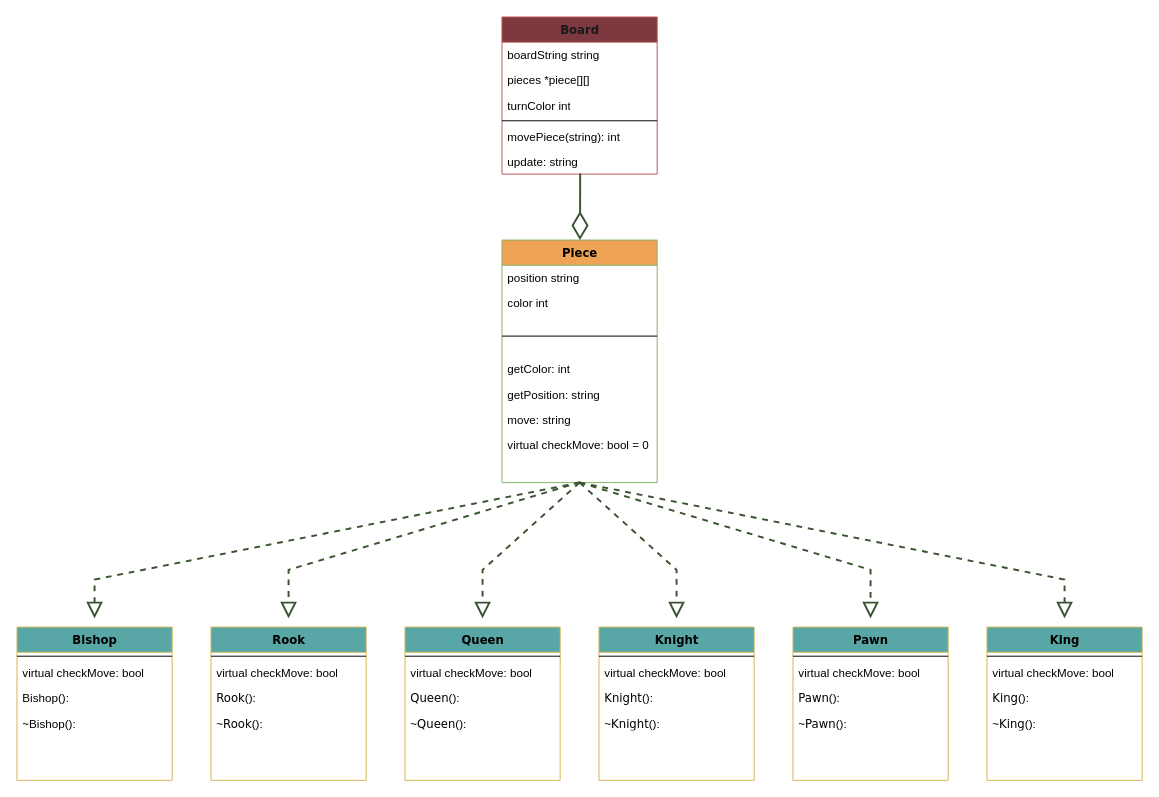
Earlier version of the draw.io diagram UML.drawio (yolo102938/Chess-Project). Source tidied: cells renumbered, new cells numbered last; positions are measured from the earlier drawing's top-left corner, leaving out a move shared by most shapes. Both pictures are drawn from the tidied source at 97%, with x=0, y=0 at pixel (16, 16).
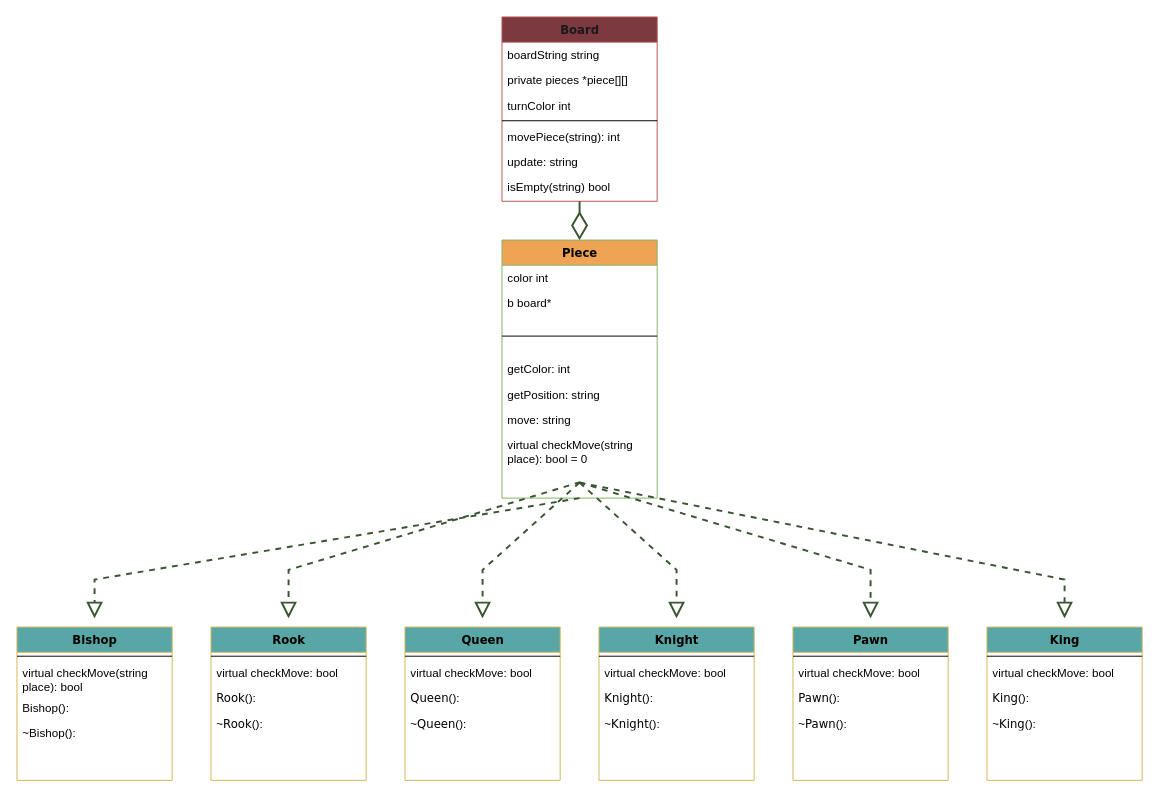
The same page after the edit.

Unchanged cells that the change refers to:
```xml
<mxCell id="8" value="update: string" style="text;html=1;strokeColor=none;fillColor=none;align=left;verticalAlign=top;spacingLeft=4;spacingRight=4;whiteSpace=wrap;overflow=hidden;points=[[0,0.5],[1,0.5]];portConstraint=eastwest;" parent="2" vertex="1">
  <mxGeometry y="136" width="160" height="26" as="geometry" />
</mxCell>
<mxCell id="17" value="Bishop" style="swimlane;html=1;fontStyle=1;align=center;verticalAlign=top;horizontal=1;startSize=26;swimlaneFillColor=#ffffff;rounded=0;shadow=0;comic=0;labelBackgroundColor=none;strokeWidth=1;fillColor=#58a6a6;fontFamily=Verdana;fontSize=12;strokeColor=#d6b656;" parent="1" vertex="1">
  <mxGeometry y="629" width="160" height="158" as="geometry" />
</mxCell>
```

Change to the diagram source:
```diff
@@
     <mxCell id="2" value="&lt;font color=&quot;#191919&quot;&gt;Board&lt;/font&gt;" style="swimlane;html=1;fontStyle=1;align=center;verticalAlign=top;horizontal=1;startSize=26;swimlaneFillColor=#ffffff;rounded=0;shadow=0;comic=0;labelBackgroundColor=none;strokeWidth=1;fillColor=#7D3940;fontFamily=Verdana;fontSize=12;strokeColor=#b85450;" parent="1" vertex="1">
-      <mxGeometry x="500" width="160" height="162" as="geometry" />
+      <mxGeometry x="500" width="160" height="190" as="geometry" />
     </mxCell>
@@
-    <mxCell id="4" value="pieces *piece[][]" style="text;html=1;strokeColor=none;fillColor=none;align=left;verticalAlign=top;spacingLeft=4;spacingRight=4;whiteSpace=wrap;overflow=hidden;" parent="2" vertex="1">
+    <mxCell id="4" value="private pieces *piece[][]" style="text;html=1;strokeColor=none;fillColor=none;align=left;verticalAlign=top;spacingLeft=4;spacingRight=4;whiteSpace=wrap;overflow=hidden;" parent="2" vertex="1">
       <mxGeometry y="52" width="160" height="26" as="geometry" />
     </mxCell>
@@
+    <mxCell id="54" value="isEmpty(string) bool&amp;nbsp;" style="text;html=1;strokeColor=none;fillColor=none;align=left;verticalAlign=top;spacingLeft=4;spacingRight=4;whiteSpace=wrap;overflow=hidden;" parent="2" vertex="1">
+      <mxGeometry y="162" width="160" height="26" as="geometry" />
+    </mxCell>
     <mxCell id="9" value="Piece" style="swimlane;html=1;fontStyle=1;align=center;verticalAlign=top;horizontal=1;startSize=26;swimlaneFillColor=#ffffff;rounded=0;shadow=0;comic=0;labelBackgroundColor=none;strokeWidth=1;fontFamily=Verdana;fontSize=12;fillColor=#efa355;strokeColor=#82b366;" parent="1" vertex="1">
-      <mxGeometry x="500" y="230" width="160" height="250" as="geometry" />
+      <mxGeometry x="500" y="230" width="160" height="266" as="geometry" />
     </mxCell>
-    <mxCell id="10" value="position string" style="text;html=1;strokeColor=none;fillColor=none;align=left;verticalAlign=top;spacingLeft=4;spacingRight=4;whiteSpace=wrap;overflow=hidden;" parent="9" vertex="1">
-      <mxGeometry y="26" width="160" height="26" as="geometry" />
-    </mxCell>
     <mxCell id="11" value="color int" style="text;html=1;strokeColor=none;fillColor=none;align=left;verticalAlign=top;spacingLeft=4;spacingRight=4;whiteSpace=wrap;overflow=hidden;" parent="9" vertex="1">
-      <mxGeometry y="52" width="160" height="26" as="geometry" />
+      <mxGeometry y="26" width="160" height="26" as="geometry" />
     </mxCell>
+    <mxCell id="55" value="b board*" style="text;html=1;strokeColor=none;fillColor=none;align=left;verticalAlign=top;spacingLeft=4;spacingRight=4;whiteSpace=wrap;overflow=hidden;" parent="9" vertex="1">
+      <mxGeometry y="52" width="160" height="26" as="geometry" />
+    </mxCell>
@@
-    <mxCell id="16" value="virtual checkMove: bool = 0" style="text;html=1;strokeColor=none;fillColor=none;align=left;verticalAlign=top;spacingLeft=4;spacingRight=4;whiteSpace=wrap;overflow=hidden;" parent="9" vertex="1">
-      <mxGeometry y="198" width="160" height="26" as="geometry" />
+    <mxCell id="16" value="virtual checkMove(string place): bool = 0" style="text;html=1;strokeColor=none;fillColor=none;align=left;verticalAlign=top;spacingLeft=4;spacingRight=4;whiteSpace=wrap;overflow=hidden;" parent="9" vertex="1">
+      <mxGeometry y="198" width="160" height="42" as="geometry" />
     </mxCell>
@@
-    <mxCell id="19" value="virtual checkMove: bool" style="text;html=1;strokeColor=none;fillColor=none;align=left;verticalAlign=top;spacingLeft=4;spacingRight=4;whiteSpace=wrap;overflow=hidden;" parent="17" vertex="1">
-      <mxGeometry y="34" width="160" height="26" as="geometry" />
+    <mxCell id="19" value="virtual checkMove(string place): bool" style="text;html=1;strokeColor=none;fillColor=none;align=left;verticalAlign=top;spacingLeft=4;spacingRight=4;whiteSpace=wrap;overflow=hidden;" parent="17" vertex="1">
+      <mxGeometry y="34" width="160" height="36" as="geometry" />
     </mxCell>
     <mxCell id="20" value="Bishop():" style="text;html=1;strokeColor=none;fillColor=none;align=left;verticalAlign=top;spacingLeft=4;spacingRight=4;whiteSpace=wrap;overflow=hidden;" parent="17" vertex="1">
-      <mxGeometry y="60" width="160" height="26" as="geometry" />
+      <mxGeometry y="70" width="160" height="26" as="geometry" />
     </mxCell>
     <mxCell id="21" value="~Bishop():" style="text;html=1;strokeColor=none;fillColor=none;align=left;verticalAlign=top;spacingLeft=4;spacingRight=4;whiteSpace=wrap;overflow=hidden;" parent="17" vertex="1">
-      <mxGeometry y="86" width="160" height="26" as="geometry" />
+      <mxGeometry y="96" width="160" height="26" as="geometry" />
     </mxCell>
@@
-    <mxCell id="53" style="endArrow=diamondThin;endFill=0;endSize=24;html=1;rounded=0;fillColor=#6d8764;strokeColor=#3A5431;strokeWidth=2;exitX=0.504;exitY=0.974;exitDx=0;exitDy=0;exitPerimeter=0;" parent="1" edge="1" source="8" target="9">
-      <mxGeometry x="0.12" y="-186" relative="1" as="geometry" />
+    <mxCell id="53" style="endArrow=diamondThin;endFill=0;endSize=24;html=1;rounded=0;fillColor=#6d8764;strokeColor=#3A5431;strokeWidth=2;" parent="1" edge="1" target="9">
+      <mxGeometry x="0.12" y="-186" relative="1" as="geometry">
+        <mxPoint x="580" y="190" as="sourcePoint" />
+      </mxGeometry>
     </mxCell>
```
